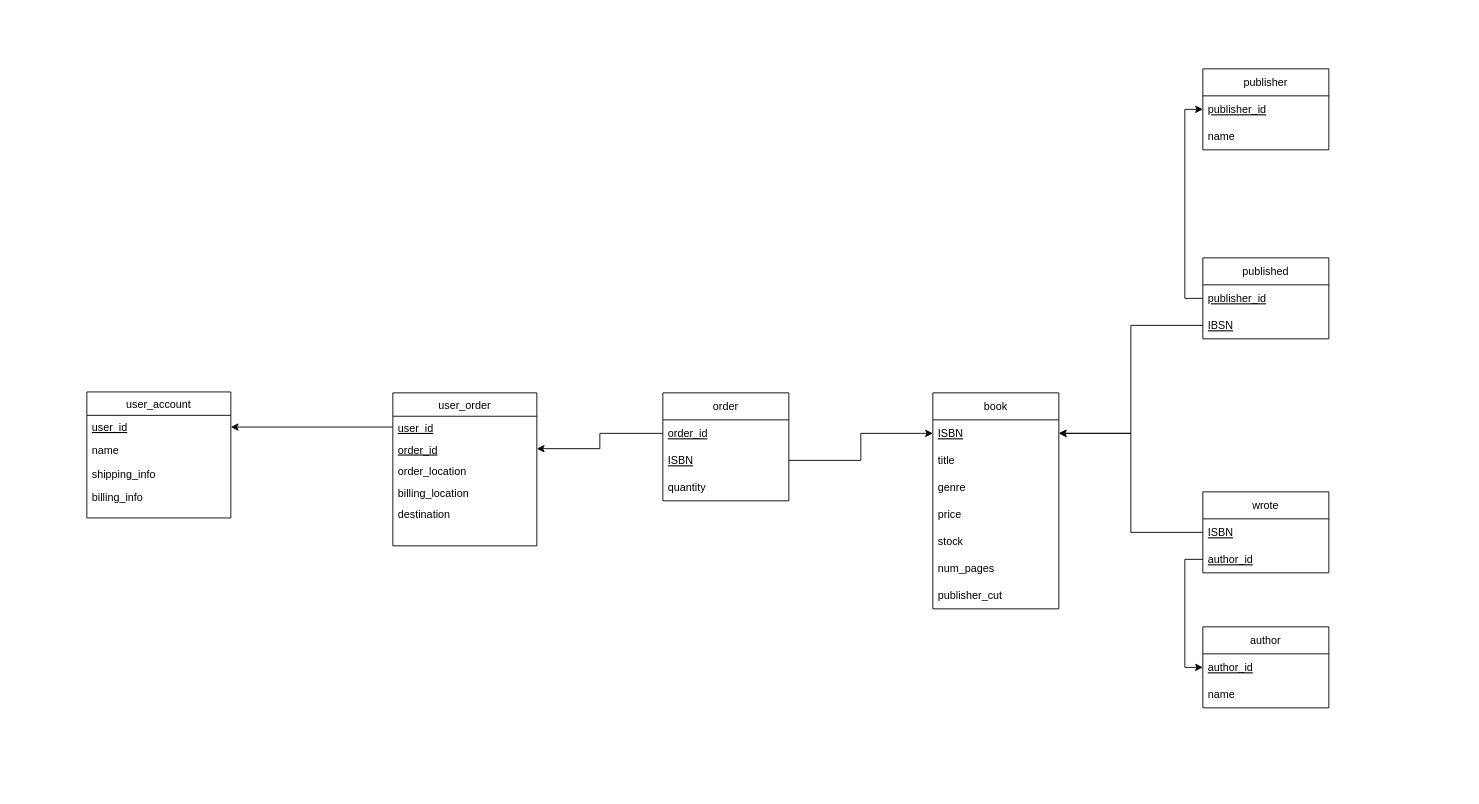
This is sql/Relation_Schema.drawio from Owen-Allen/-bookstore, a draw.io file, before an edit. Source tidied: cells renumbered, new cells numbered last; positions are measured from the earlier drawing's top-left corner, leaving out a move shared by most shapes. Both pictures are drawn from the tidied source at 90%, with x=0, y=0 at pixel (86, 68).
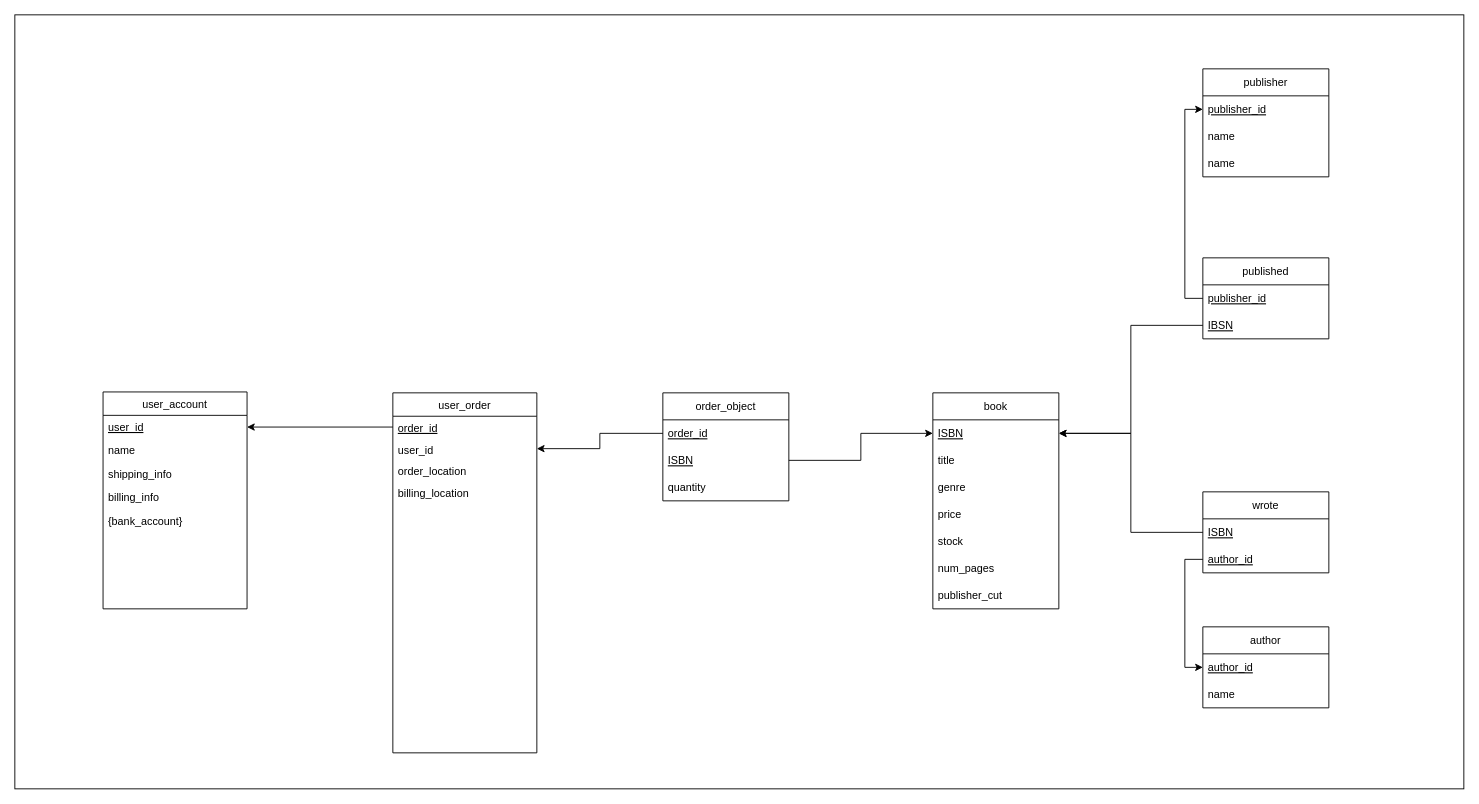
Above is the later version.

Change to the diagram source:
```diff
@@
+    <mxCell id="44" style="rounded=0;whiteSpace=wrap;html=1;fillColor=#FFFFFF;" parent="1" vertex="1">
+      <mxGeometry x="-80" y="-60" width="1610" height="860" as="geometry" />
+    </mxCell>
     <mxCell id="2" value="user_account" style="swimlane;fontStyle=0;align=center;verticalAlign=top;horizontal=1;startSize=26;rounded=0;shadow=0;strokeWidth=1;" parent="1" vertex="1">
-      <mxGeometry y="359" width="160" height="140" as="geometry" />
+      <mxGeometry x="18" y="359" width="160" height="241" as="geometry" />
     </mxCell>
@@
+    <mxCell id="45" value="{bank_account}" style="text;align=left;verticalAlign=top;spacingLeft=4;spacingRight=4;overflow=hidden;rounded=0;shadow=0;html=0;" parent="2" vertex="1">
+      <mxGeometry y="130" width="160" height="26" as="geometry" />
+    </mxCell>
     <mxCell id="7" value="user_order" style="swimlane;fontStyle=0;align=center;verticalAlign=top;horizontal=1;startSize=26;rounded=0;shadow=0;strokeWidth=1;" parent="1" vertex="1">
-      <mxGeometry x="340" y="360" width="160" height="170" as="geometry" />
+      <mxGeometry x="340" y="360" width="160" height="400" as="geometry" />
     </mxCell>
-    <mxCell id="8" value="user_id" style="text;align=left;verticalAlign=top;spacingLeft=4;spacingRight=4;overflow=hidden;points=[[0,0.5],[1,0.5]];portConstraint=eastwest;fontStyle=4;" parent="7" vertex="1">
+    <mxCell id="8" value="order_id" style="text;align=left;verticalAlign=top;spacingLeft=4;spacingRight=4;overflow=hidden;points=[[0,0.5],[1,0.5]];portConstraint=eastwest;fontStyle=4;" parent="7" vertex="1">
       <mxGeometry y="26" width="160" height="24" as="geometry" />
     </mxCell>
-    <mxCell id="9" value="order_id" style="text;align=left;verticalAlign=top;spacingLeft=4;spacingRight=4;overflow=hidden;points=[[0,0.5],[1,0.5]];portConstraint=eastwest;fontStyle=4;" parent="7" vertex="1">
+    <mxCell id="9" value="user_id" style="text;align=left;verticalAlign=top;spacingLeft=4;spacingRight=4;overflow=hidden;points=[[0,0.5],[1,0.5]];portConstraint=eastwest;fontStyle=0;" parent="7" vertex="1">
       <mxGeometry y="50" width="160" height="24" as="geometry" />
     </mxCell>
@@
-    <mxCell id="12" value="destination" style="text;align=left;verticalAlign=top;spacingLeft=4;spacingRight=4;overflow=hidden;" parent="7" vertex="1">
-      <mxGeometry y="122" width="160" height="24" as="geometry" />
-    </mxCell>
-    <mxCell id="13" value="order" style="swimlane;fontStyle=0;horizontal=1;startSize=30;" parent="1" vertex="1">
+    <mxCell id="13" value="order_object" style="swimlane;fontStyle=0;horizontal=1;startSize=30;" parent="1" vertex="1">
       <mxGeometry x="640" y="360" width="140" height="120" as="geometry" />
     </mxCell>
@@
-    <mxCell id="38" value="publisher" style="swimlane;fontStyle=0;horizontal=1;startSize=30;fillColor=none;gradientColor=none;" parent="1" vertex="1">
-      <mxGeometry x="1240" width="140" height="90" as="geometry" />
+    <mxCell id="38" value="publisher" style="swimlane;fontStyle=0;horizontal=1;startSize=30;fillColor=#FFFFFF;" parent="1" vertex="1">
+      <mxGeometry x="1240" width="140" height="120" as="geometry" />
     </mxCell>
@@
+    <mxCell id="46" value="name" style="text;strokeColor=none;fillColor=none;align=left;verticalAlign=middle;spacingLeft=4;spacingRight=4;overflow=hidden;" parent="38" vertex="1">
+      <mxGeometry y="90" width="140" height="30" as="geometry" />
+    </mxCell>
```
